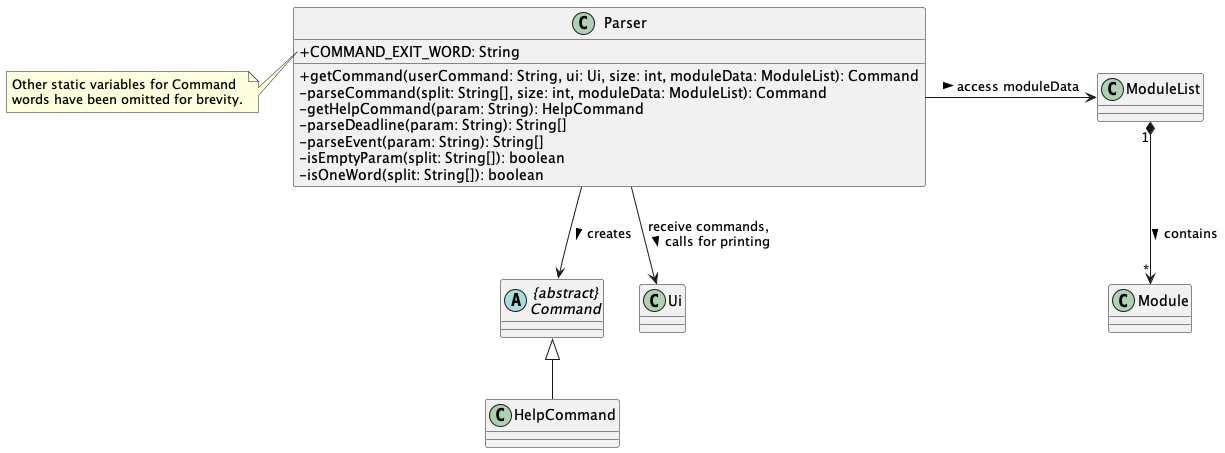
Above: docs/uml-diagrams/Parser.png in nus-cs2113-AY2223S2/tp (PlantUML), before the change.
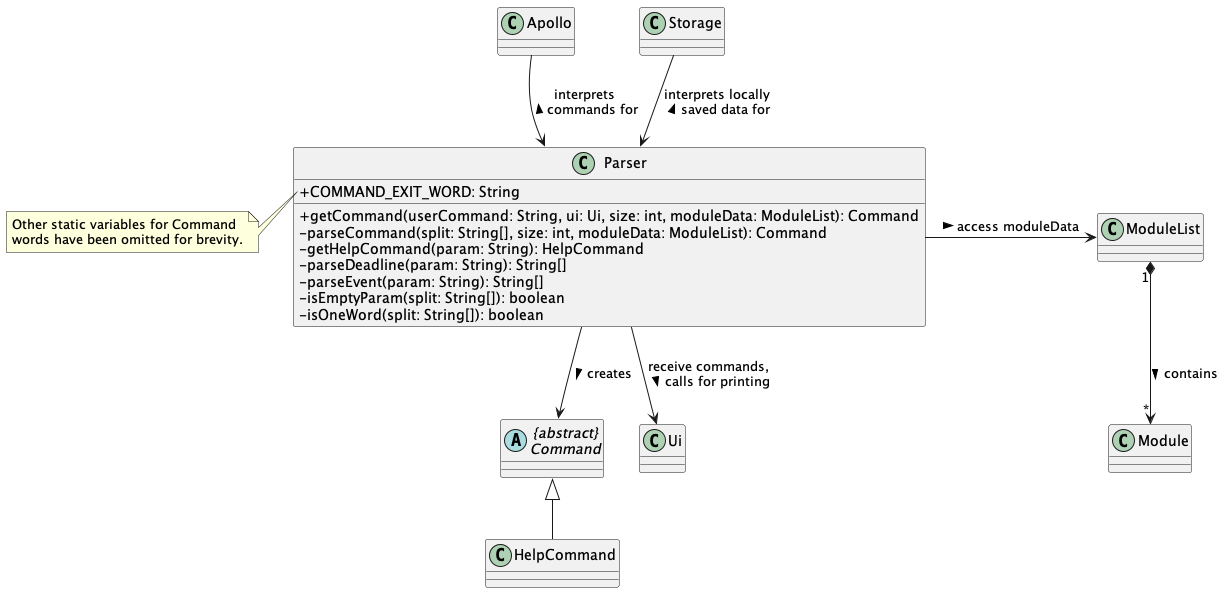
After the commit.

Commit message:
Add Apollo and Storage to Parser diagram

Diff of the diagram source:
```diff
@@ -1,5 +1,8 @@
 @startuml
 skinparam classAttributeIconSize 0
+
+Apollo --> Parser : interprets \ncommands for <
+Storage --> Parser : interprets locally \nsaved data for <
 
 class Parser {
 + COMMAND_EXIT_WORD: String
```
